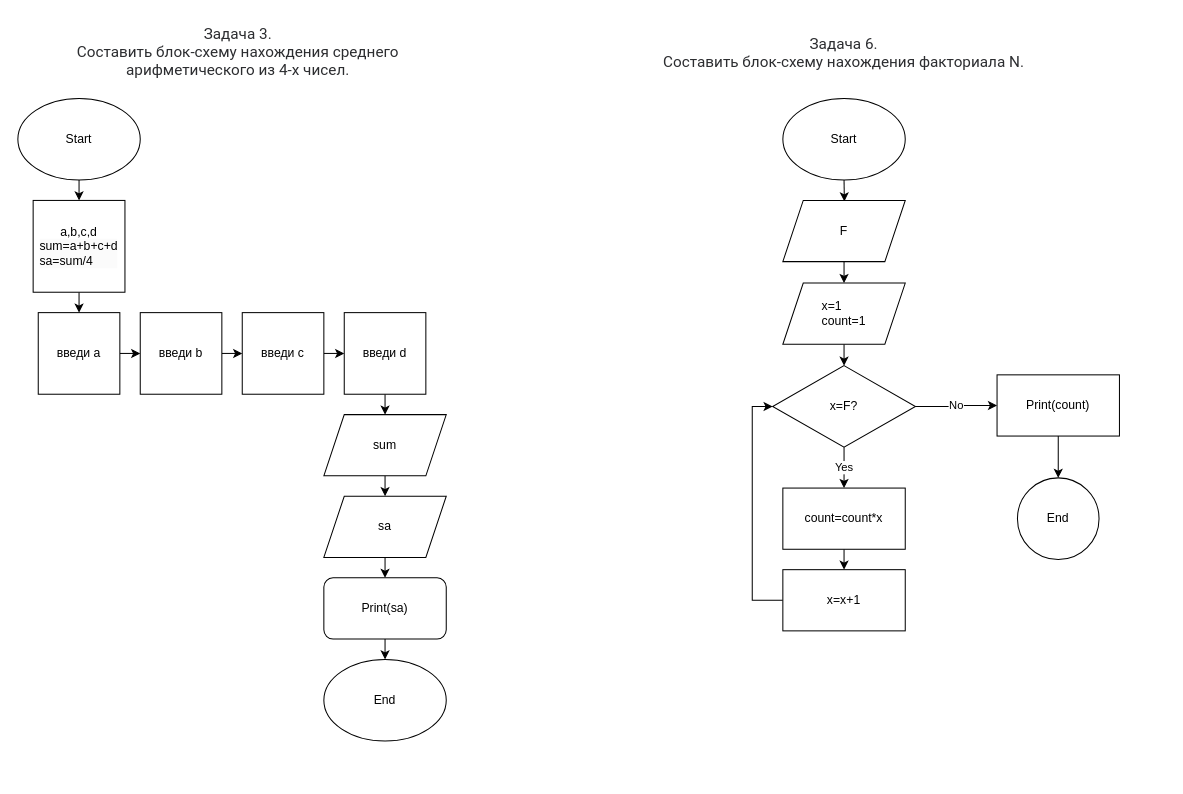
Earlier version of the draw.io diagram Диаграмма без названия.drawio (qonetwom/home). Source tidied: cells renumbered, new cells numbered last; positions are measured from the earlier drawing's top-left corner, leaving out a move shared by most shapes. Both pictures are drawn from the tidied source at 102%, with x=0, y=0 at pixel (17, 17).
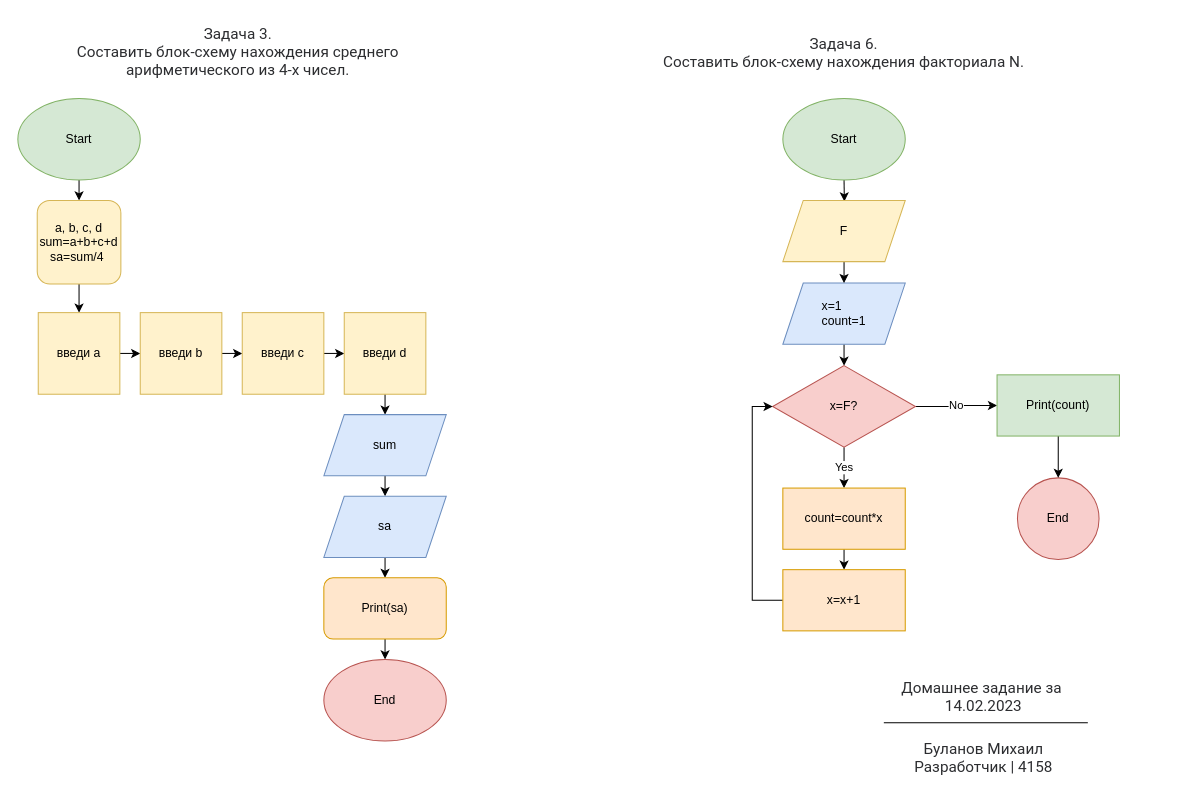
After the change.

The edit, as a diff of the source:
```diff
@@
-    <mxCell id="3" value="Start" style="ellipse;whiteSpace=wrap;html=1;" parent="1" vertex="1">
+    <mxCell id="3" value="Start" style="ellipse;whiteSpace=wrap;html=1;fillColor=#d5e8d4;strokeColor=#82b366;" parent="1" vertex="1">
       <mxGeometry y="79" width="120" height="80" as="geometry" />
     </mxCell>
@@
-    <mxCell id="5" value="&lt;span style=&quot;text-align: left;&quot;&gt;a,b,c,d&lt;/span&gt;&lt;br&gt;&lt;div style=&quot;border-color: var(--border-color); color: rgb(0, 0, 0); font-family: Helvetica; font-size: 12px; font-style: normal; font-variant-ligatures: normal; font-variant-caps: normal; font-weight: 400; letter-spacing: normal; orphans: 2; text-align: left; text-indent: 0px; text-transform: none; widows: 2; word-spacing: 0px; -webkit-text-stroke-width: 0px; background-color: rgb(251, 251, 251); text-decoration-thickness: initial; text-decoration-style: initial; text-decoration-color: initial;&quot;&gt;&lt;div style=&quot;border-color: var(--border-color);&quot;&gt;&lt;div style=&quot;border-color: var(--border-color);&quot;&gt;sum=a+b+c+d&lt;/div&gt;&lt;div style=&quot;border-color: var(--border-color);&quot;&gt;sa=sum/4&lt;/div&gt;&lt;/div&gt;&lt;/div&gt;" style="whiteSpace=wrap;html=1;" parent="1" vertex="1">
-      <mxGeometry x="15" y="179" width="90" height="90" as="geometry" />
+    <mxCell id="5" value="a, b, c, d&lt;br&gt;sum=a+b+c+d&lt;br&gt;sa=sum/4&amp;nbsp;" style="whiteSpace=wrap;html=1;fillColor=#fff2cc;strokeColor=#d6b656;rounded=1;" parent="1" vertex="1">
+      <mxGeometry x="19" y="179" width="82" height="82" as="geometry" />
     </mxCell>
@@
-    <mxCell id="7" value="введи a" style="whiteSpace=wrap;html=1;" parent="1" vertex="1">
+    <mxCell id="7" value="введи a" style="whiteSpace=wrap;html=1;fillColor=#fff2cc;strokeColor=#d6b656;" parent="1" vertex="1">
       <mxGeometry x="20" y="289" width="80" height="80" as="geometry" />
     </mxCell>
@@
-    <mxCell id="9" value="введи b" style="whiteSpace=wrap;html=1;" parent="1" vertex="1">
+    <mxCell id="9" value="введи b" style="whiteSpace=wrap;html=1;fillColor=#fff2cc;strokeColor=#d6b656;" parent="1" vertex="1">
       <mxGeometry x="120" y="289" width="80" height="80" as="geometry" />
     </mxCell>
@@
-    <mxCell id="11" value="введи c" style="whiteSpace=wrap;html=1;" parent="1" vertex="1">
+    <mxCell id="11" value="введи c" style="whiteSpace=wrap;html=1;fillColor=#fff2cc;strokeColor=#d6b656;" parent="1" vertex="1">
       <mxGeometry x="220" y="289" width="80" height="80" as="geometry" />
     </mxCell>
@@
-    <mxCell id="13" value="введи d" style="whiteSpace=wrap;html=1;" parent="1" vertex="1">
+    <mxCell id="13" value="введи d" style="whiteSpace=wrap;html=1;fillColor=#fff2cc;strokeColor=#d6b656;" parent="1" vertex="1">
       <mxGeometry x="320" y="289" width="80" height="80" as="geometry" />
     </mxCell>
@@
-    <mxCell id="15" value="sum" style="shape=parallelogram;perimeter=parallelogramPerimeter;whiteSpace=wrap;html=1;fixedSize=1;" parent="1" vertex="1">
+    <mxCell id="15" value="sum" style="shape=parallelogram;perimeter=parallelogramPerimeter;whiteSpace=wrap;html=1;fixedSize=1;fillColor=#dae8fc;strokeColor=#6c8ebf;" parent="1" vertex="1">
       <mxGeometry x="300" y="389" width="120" height="60" as="geometry" />
     </mxCell>
@@
-    <mxCell id="17" value="sa" style="shape=parallelogram;perimeter=parallelogramPerimeter;whiteSpace=wrap;html=1;fixedSize=1;" parent="1" vertex="1">
+    <mxCell id="17" value="sa" style="shape=parallelogram;perimeter=parallelogramPerimeter;whiteSpace=wrap;html=1;fixedSize=1;fillColor=#dae8fc;strokeColor=#6c8ebf;" parent="1" vertex="1">
       <mxGeometry x="300" y="469" width="120" height="60" as="geometry" />
     </mxCell>
@@
-    <mxCell id="19" value="Print(sa)" style="rounded=1;whiteSpace=wrap;html=1;" parent="1" vertex="1">
+    <mxCell id="19" value="Print(sa)" style="rounded=1;whiteSpace=wrap;html=1;fillColor=#ffe6cc;strokeColor=#d79b00;" parent="1" vertex="1">
       <mxGeometry x="300" y="549" width="120" height="60" as="geometry" />
     </mxCell>
-    <mxCell id="20" value="End" style="ellipse;whiteSpace=wrap;html=1;" parent="1" vertex="1">
+    <mxCell id="20" value="End" style="ellipse;whiteSpace=wrap;html=1;fillColor=#f8cecc;strokeColor=#b85450;" parent="1" vertex="1">
       <mxGeometry x="300" y="629" width="120" height="80" as="geometry" />
     </mxCell>
@@
-    <mxCell id="24" value="Start" style="ellipse;whiteSpace=wrap;html=1;" parent="1" vertex="1">
+    <mxCell id="24" value="Start" style="ellipse;whiteSpace=wrap;html=1;fillColor=#d5e8d4;strokeColor=#82b366;" parent="1" vertex="1">
       <mxGeometry x="750" y="79" width="120" height="80" as="geometry" />
     </mxCell>
@@
-    <mxCell id="26" value="&lt;div style=&quot;border-color: var(--border-color); text-align: left;&quot;&gt;x=1&lt;/div&gt;&lt;div style=&quot;border-color: var(--border-color); text-align: left;&quot;&gt;count=1&lt;/div&gt;" style="shape=parallelogram;perimeter=parallelogramPerimeter;whiteSpace=wrap;html=1;fixedSize=1;" parent="1" vertex="1">
+    <mxCell id="26" value="&lt;div style=&quot;border-color: var(--border-color); text-align: left;&quot;&gt;x=1&lt;/div&gt;&lt;div style=&quot;border-color: var(--border-color); text-align: left;&quot;&gt;count=1&lt;/div&gt;" style="shape=parallelogram;perimeter=parallelogramPerimeter;whiteSpace=wrap;html=1;fixedSize=1;fillColor=#dae8fc;strokeColor=#6c8ebf;" parent="1" vertex="1">
       <mxGeometry x="750" y="260" width="120" height="60" as="geometry" />
     </mxCell>
@@
-    <mxCell id="29" value="x=F?" style="rhombus;whiteSpace=wrap;html=1;" parent="1" vertex="1">
+    <mxCell id="29" value="x=F?" style="rhombus;whiteSpace=wrap;html=1;fillColor=#f8cecc;strokeColor=#b85450;" parent="1" vertex="1">
       <mxGeometry x="740" y="341" width="140" height="80" as="geometry" />
     </mxCell>
-    <mxCell id="30" value="End" style="ellipse;whiteSpace=wrap;html=1;" parent="1" vertex="1">
+    <mxCell id="30" value="End" style="ellipse;whiteSpace=wrap;html=1;fillColor=#f8cecc;strokeColor=#b85450;" parent="1" vertex="1">
       <mxGeometry x="980" y="451" width="80" height="80" as="geometry" />
     </mxCell>
@@
-    <mxCell id="32" value="Print(count)" style="rounded=0;whiteSpace=wrap;html=1;" parent="1" vertex="1">
+    <mxCell id="32" value="Print(count)" style="rounded=0;whiteSpace=wrap;html=1;fillColor=#d5e8d4;strokeColor=#82b366;" parent="1" vertex="1">
       <mxGeometry x="960" y="350" width="120" height="60" as="geometry" />
     </mxCell>
@@
-    <mxCell id="34" value="count=count*x" style="rounded=0;whiteSpace=wrap;html=1;" parent="1" vertex="1">
+    <mxCell id="34" value="count=count*x" style="rounded=0;whiteSpace=wrap;html=1;fillColor=#ffe6cc;strokeColor=#d79b00;" parent="1" vertex="1">
       <mxGeometry x="750" y="461" width="120" height="60" as="geometry" />
     </mxCell>
@@
-    <mxCell id="36" value="x=x+1" style="rounded=0;whiteSpace=wrap;html=1;" parent="1" vertex="1">
+    <mxCell id="36" value="x=x+1" style="rounded=0;whiteSpace=wrap;html=1;fillColor=#ffe6cc;strokeColor=#d79b00;" parent="1" vertex="1">
       <mxGeometry x="750" y="541" width="120" height="60" as="geometry" />
     </mxCell>
@@
-    <mxCell id="38" value="F" style="shape=parallelogram;perimeter=parallelogramPerimeter;whiteSpace=wrap;html=1;fixedSize=1;" parent="1" vertex="1">
+    <mxCell id="38" value="F" style="shape=parallelogram;perimeter=parallelogramPerimeter;whiteSpace=wrap;html=1;fixedSize=1;fillColor=#fff2cc;strokeColor=#d6b656;" parent="1" vertex="1">
       <mxGeometry x="750" y="179" width="120" height="60" as="geometry" />
     </mxCell>
+    <mxCell id="39" value="&lt;font face=&quot;Roboto, San Francisco, Helvetica Neue, Helvetica, Arial&quot; color=&quot;#2c2d30&quot;&gt;&lt;span style=&quot;font-size: 15px; background-color: rgb(255, 255, 255);&quot;&gt;Буланов Михаил&lt;br&gt;Разработчик | 4158&lt;br&gt;&lt;/span&gt;&lt;/font&gt;" style="text;whiteSpace=wrap;html=1;align=center;" parent="1" vertex="1">
+      <mxGeometry x="769" y="701" width="356" height="40" as="geometry" />
+    </mxCell>
+    <mxCell id="40" value="&lt;font face=&quot;Roboto, San Francisco, Helvetica Neue, Helvetica, Arial&quot; color=&quot;#2c2d30&quot;&gt;&lt;span style=&quot;font-size: 15px; background-color: rgb(255, 255, 255);&quot;&gt;Домашнее задание за&amp;nbsp;&lt;br&gt;14.02.2023&lt;br&gt;&lt;/span&gt;&lt;/font&gt;" style="text;whiteSpace=wrap;html=1;align=center;" parent="1" vertex="1">
+      <mxGeometry x="769" y="641" width="356" height="40" as="geometry" />
+    </mxCell>
+    <mxCell id="41" style="endArrow=none;html=1;rounded=0;" parent="1" edge="1">
+      <mxGeometry relative="1" as="geometry">
+        <mxPoint x="849" y="691" as="sourcePoint" />
+        <mxPoint x="1049" y="691" as="targetPoint" />
+      </mxGeometry>
+    </mxCell>
```
